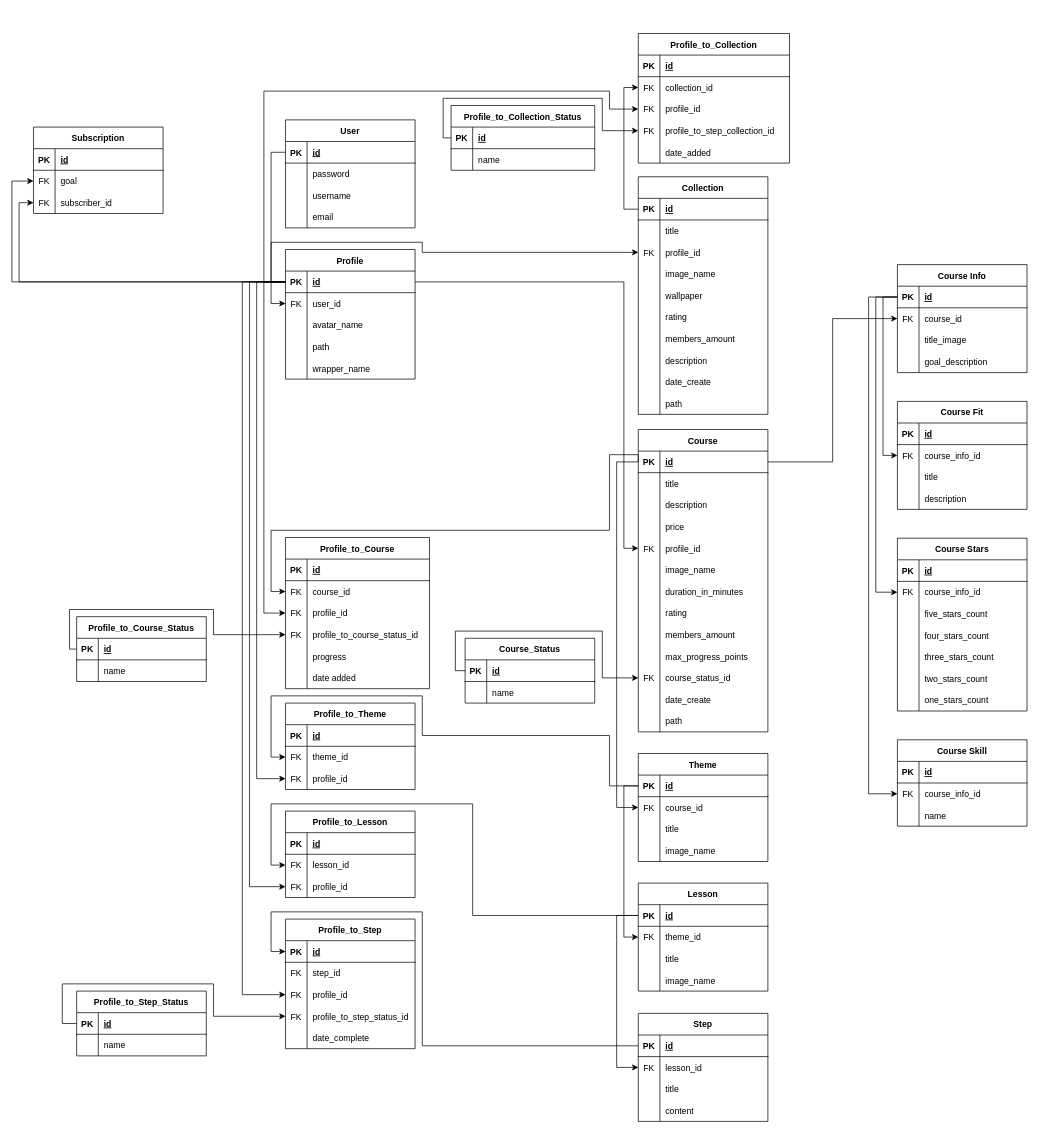
Before: fuji_db.drawio in F-U-J-I/RESTAPI, a draw.io diagram. Source tidied: cells renumbered, new cells numbered last; positions are measured from the earlier drawing's top-left corner, leaving out a move shared by most shapes. Both pictures are drawn from the tidied source at 72%, with x=0, y=0 at pixel (12, 33).
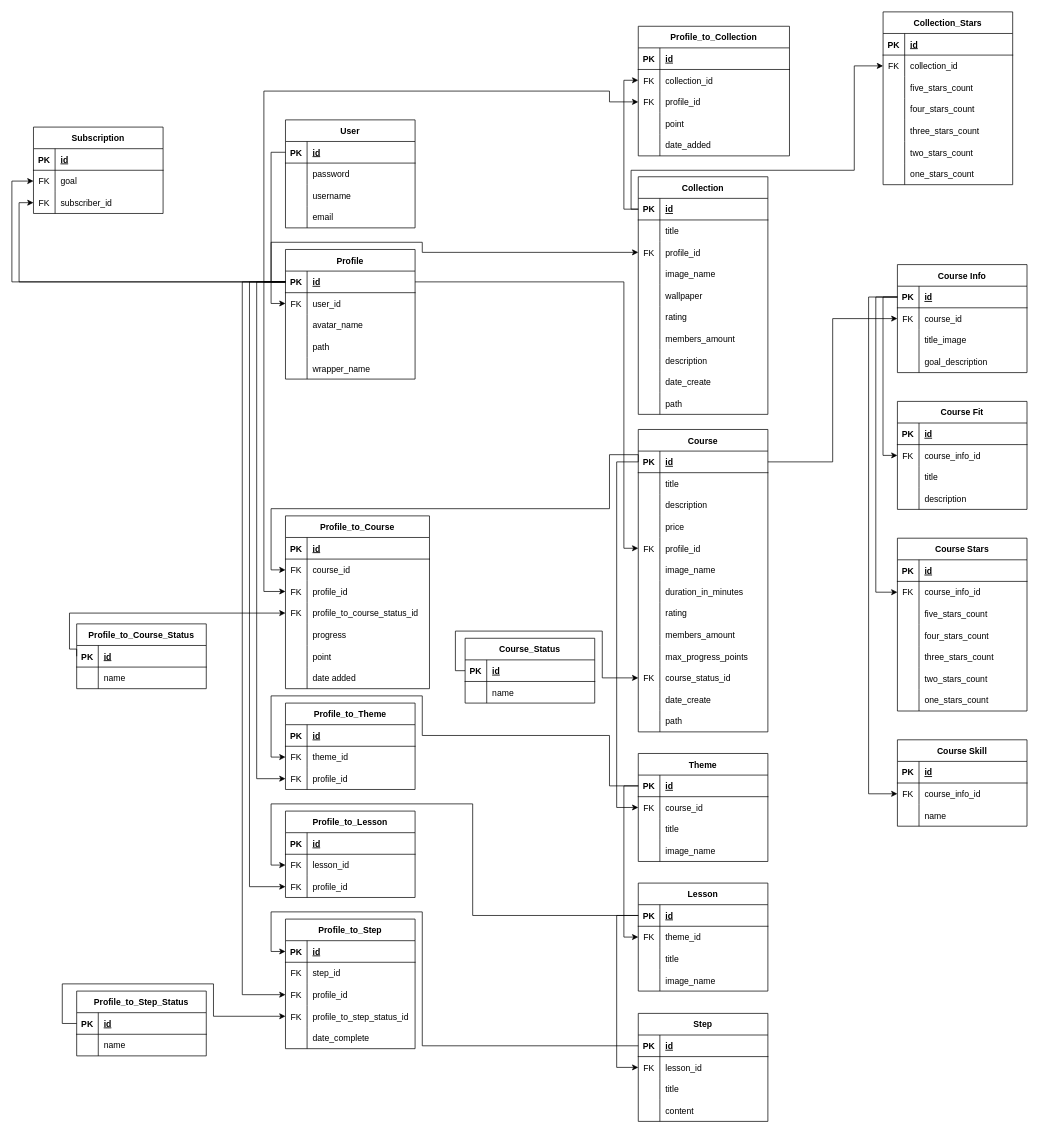
Above is the later version.

The change refers to these unchanged cells:
```xml
<mxCell id="3" style="shape=partialRectangle;fillColor=none;top=0;left=0;bottom=1;right=0;points=[[0,0.5],[1,0.5]];portConstraint=eastwest;" parent="2" vertex="1">
  <mxGeometry y="30" width="180" height="30" as="geometry" />
</mxCell>
<mxCell id="33" style="shape=partialRectangle;fillColor=none;top=0;left=0;bottom=1;right=0;points=[[0,0.5],[1,0.5]];portConstraint=eastwest;" parent="32" vertex="1">
  <mxGeometry y="30" width="180" height="30" as="geometry" />
</mxCell>
<mxCell id="183" style="shape=partialRectangle;fillColor=none;top=0;left=0;bottom=1;right=0;points=[[0,0.5],[1,0.5]];portConstraint=eastwest;" parent="182" vertex="1">
  <mxGeometry y="30" width="180" height="30" as="geometry" />
</mxCell>
<mxCell id="253" style="shape=partialRectangle;fillColor=none;top=0;left=0;bottom=0;right=0;points=[[0,0.5],[1,0.5]];portConstraint=eastwest;" parent="249" vertex="1">
  <mxGeometry y="60" width="200" height="30" as="geometry" />
</mxCell>
<mxCell id="256" style="shape=partialRectangle;fillColor=none;top=0;left=0;bottom=0;right=0;points=[[0,0.5],[1,0.5]];portConstraint=eastwest;" parent="249" vertex="1">
  <mxGeometry y="90" width="200" height="30" as="geometry" />
</mxCell>
<mxCell id="259" style="shape=partialRectangle;fillColor=none;top=0;left=0;bottom=0;right=0;points=[[0,0.5],[1,0.5]];portConstraint=eastwest;" parent="249" vertex="1">
  <mxGeometry y="120" width="200" height="30" as="geometry" />
</mxCell>
<mxCell id="265" style="shape=partialRectangle;fillColor=none;top=0;left=0;bottom=0;right=0;" parent="249" vertex="1">
  <mxGeometry y="180" width="200" height="30" as="geometry" />
</mxCell>
<mxCell id="269" style="shape=partialRectangle;fillColor=none;top=0;left=0;bottom=1;right=0;points=[[0,0.5],[1,0.5]];portConstraint=eastwest;" parent="268" vertex="1">
  <mxGeometry y="30" width="180" height="30" as="geometry" />
</mxCell>
<mxCell id="295" style="shape=partialRectangle;fillColor=none;top=0;left=0;bottom=0;right=0;points=[[0,0.5],[1,0.5]];portConstraint=eastwest;" parent="291" vertex="1">
  <mxGeometry y="60" width="210" height="30" as="geometry" />
</mxCell>
<mxCell id="298" style="shape=partialRectangle;fillColor=none;top=0;left=0;bottom=0;right=0;points=[[0,0.5],[1,0.5]];portConstraint=eastwest;" parent="291" vertex="1">
  <mxGeometry y="90" width="210" height="30" as="geometry" />
</mxCell>
<mxCell id="301" style="shape=partialRectangle;fillColor=none;top=0;left=0;bottom=0;right=0;points=[[0,0.5],[1,0.5]];portConstraint=eastwest;" parent="291" vertex="1">
  <mxGeometry y="120" width="210" height="30" as="geometry" />
</mxCell>
```

The edit, as a diff of the source:
```diff
@@
     <mxCell id="249" value="Profile_to_Course" style="shape=table;startSize=30;childLayout=tableLayout;rowLines=0;fontStyle=1;align=center;" parent="1" vertex="1">
-      <mxGeometry x="380" y="700" width="200" height="210" as="geometry" />
+      <mxGeometry x="380" y="670" width="200" height="240" as="geometry" />
     </mxCell>
@@
-    <mxCell id="267" value="date added" style="shape=partialRectangle;fillColor=none;top=0;left=0;bottom=0;right=0;align=left;spacingLeft=6;overflow=hidden;" parent="265" vertex="1">
+    <mxCell id="267" value="point" style="shape=partialRectangle;fillColor=none;top=0;left=0;bottom=0;right=0;align=left;spacingLeft=6;overflow=hidden;" parent="265" vertex="1">
       <mxGeometry x="30" width="170" height="30" as="geometry" />
     </mxCell>
+    <mxCell id="334" style="shape=partialRectangle;fillColor=none;top=0;left=0;bottom=0;right=0;" parent="249" vertex="1">
+      <mxGeometry y="210" width="200" height="30" as="geometry" />
+    </mxCell>
+    <mxCell id="335" style="shape=partialRectangle;fillColor=none;top=0;left=0;bottom=0;right=0;overflow=hidden;" parent="334" vertex="1">
+      <mxGeometry width="30" height="30" as="geometry" />
+    </mxCell>
+    <mxCell id="336" value="date added" style="shape=partialRectangle;fillColor=none;top=0;left=0;bottom=0;right=0;align=left;spacingLeft=6;overflow=hidden;" parent="334" vertex="1">
+      <mxGeometry x="30" width="170" height="30" as="geometry" />
+    </mxCell>
     <mxCell id="268" value="Profile_to_Course_Status" style="shape=table;startSize=30;childLayout=tableLayout;rowLines=0;fontStyle=1;align=center;" parent="1" vertex="1">
-      <mxGeometry x="90" y="810" width="180" height="90" as="geometry" />
+      <mxGeometry x="90" y="820" width="180" height="90" as="geometry" />
     </mxCell>
@@
     <mxCell id="275" style="edgeStyle=orthogonalEdgeStyle;rounded=0;jettySize=auto;html=1;exitX=0;exitY=0.5;exitDx=0;exitDy=0;entryX=0;entryY=0.5;entryDx=0;entryDy=0;" parent="1" edge="1" source="269" target="259">
       <mxGeometry relative="1" as="geometry">
         <Array as="points">
+          <mxPoint x="90" y="855" />
           <mxPoint x="80" y="855" />
-          <mxPoint x="80" y="800" />
-          <mxPoint x="280" y="800" />
-          <mxPoint x="280" y="835" />
+          <mxPoint x="80" y="805" />
         </Array>
       </mxGeometry>
     </mxCell>
@@
     <mxCell id="287" style="edgeStyle=orthogonalEdgeStyle;rounded=0;jettySize=auto;html=1;exitX=0;exitY=0.5;exitDx=0;exitDy=0;entryX=0;entryY=0.5;entryDx=0;entryDy=0;" parent="1" edge="1" source="33" target="253">
       <mxGeometry relative="1" as="geometry">
         <Array as="points">
           <mxPoint x="870" y="585" />
           <mxPoint x="830" y="585" />
-          <mxPoint x="830" y="690" />
-          <mxPoint x="360" y="690" />
-          <mxPoint x="360" y="775" />
+          <mxPoint x="830" y="660" />
+          <mxPoint x="360" y="660" />
+          <mxPoint x="360" y="745" />
         </Array>
       </mxGeometry>
     </mxCell>
@@
     <mxCell id="289" style="edgeStyle=orthogonalEdgeStyle;rounded=0;jettySize=auto;html=1;exitX=0;exitY=0.5;exitDx=0;exitDy=0;entryX=0;entryY=0.5;entryDx=0;entryDy=0;" parent="1" edge="1" source="3" target="256">
       <mxGeometry relative="1" as="geometry">
         <Array as="points">
           <mxPoint x="350" y="345" />
-          <mxPoint x="350" y="805" />
+          <mxPoint x="350" y="775" />
         </Array>
       </mxGeometry>
     </mxCell>
@@
     <mxCell id="291" value="Profile_to_Collection" style="shape=table;startSize=30;childLayout=tableLayout;rowLines=0;fontStyle=1;align=center;" parent="1" vertex="1">
-      <mxGeometry x="870" width="210" height="180" as="geometry" />
+      <mxGeometry x="870" y="-10" width="210" height="180" as="geometry" />
     </mxCell>
@@
-    <mxCell id="302" value="FK" style="shape=partialRectangle;fillColor=none;top=0;left=0;bottom=0;right=0;overflow=hidden;" parent="301" vertex="1">
+    <mxCell id="302" style="shape=partialRectangle;fillColor=none;top=0;left=0;bottom=0;right=0;overflow=hidden;" parent="301" vertex="1">
       <mxGeometry width="30" height="30" as="geometry" />
     </mxCell>
-    <mxCell id="303" value="profile_to_step_collection_id" style="shape=partialRectangle;fillColor=none;top=0;left=0;bottom=0;right=0;align=left;spacingLeft=6;overflow=hidden;" parent="301" vertex="1">
+    <mxCell id="303" value="point" style="shape=partialRectangle;fillColor=none;top=0;left=0;bottom=0;right=0;align=left;spacingLeft=6;overflow=hidden;" parent="301" vertex="1">
       <mxGeometry x="30" width="180" height="30" as="geometry" />
     </mxCell>
@@
-    <mxCell id="307" style="edgeStyle=orthogonalEdgeStyle;rounded=0;jettySize=auto;html=1;exitX=0;exitY=0.5;exitDx=0;exitDy=0;entryX=0;entryY=0.5;entryDx=0;entryDy=0;" parent="1" edge="1" source="308" target="301">
-      <mxGeometry relative="1" as="geometry">
-        <Array as="points">
-          <mxPoint x="599" y="145" />
-          <mxPoint x="599" y="90" />
-          <mxPoint x="820" y="90" />
-          <mxPoint x="820" y="135" />
-        </Array>
-      </mxGeometry>
-    </mxCell>
-    <mxCell id="308" value="Profile_to_Collection_Status" style="shape=table;startSize=30;childLayout=tableLayout;rowLines=0;fontStyle=1;align=center;" parent="1" vertex="1">
-      <mxGeometry x="610" y="100" width="199.5" height="90" as="geometry" />
-    </mxCell>
-    <mxCell id="309" style="shape=partialRectangle;fillColor=none;top=0;left=0;bottom=1;right=0;" parent="308" vertex="1">
-      <mxGeometry y="30" width="199.5" height="30" as="geometry" />
-    </mxCell>
-    <mxCell id="310" value="PK" style="shape=partialRectangle;fillColor=none;top=0;left=0;bottom=0;right=0;fontStyle=1;overflow=hidden;" parent="309" vertex="1">
-      <mxGeometry width="30" height="30" as="geometry" />
-    </mxCell>
-    <mxCell id="311" value="id" style="shape=partialRectangle;fillColor=none;top=0;left=0;bottom=0;right=0;align=left;spacingLeft=6;fontStyle=5;overflow=hidden;" parent="309" vertex="1">
-      <mxGeometry x="30" width="169.5" height="30" as="geometry" />
-    </mxCell>
-    <mxCell id="312" style="shape=partialRectangle;fillColor=none;top=0;left=0;bottom=0;right=0;" parent="308" vertex="1">
-      <mxGeometry y="60" width="199.5" height="30" as="geometry" />
-    </mxCell>
-    <mxCell id="313" style="shape=partialRectangle;fillColor=none;top=0;left=0;bottom=0;right=0;overflow=hidden;" parent="312" vertex="1">
-      <mxGeometry width="30" height="30" as="geometry" />
-    </mxCell>
-    <mxCell id="314" value="name" style="shape=partialRectangle;fillColor=none;top=0;left=0;bottom=0;right=0;align=left;spacingLeft=6;overflow=hidden;" parent="312" vertex="1">
-      <mxGeometry x="30" width="169.5" height="30" as="geometry" />
-    </mxCell>
     <mxCell id="315" style="edgeStyle=orthogonalEdgeStyle;rounded=0;jettySize=auto;html=1;exitX=0;exitY=0.5;exitDx=0;exitDy=0;entryX=0;entryY=0.5;entryDx=0;entryDy=0;" parent="1" edge="1" source="183" target="295">
-      <mxGeometry relative="1" as="geometry" />
+      <mxGeometry relative="1" as="geometry">
+        <Array as="points">
+          <mxPoint x="850" y="244" />
+          <mxPoint x="850" y="65" />
+        </Array>
+      </mxGeometry>
     </mxCell>
     <mxCell id="316" style="edgeStyle=orthogonalEdgeStyle;rounded=0;jettySize=auto;html=1;exitX=0;exitY=0.5;exitDx=0;exitDy=0;entryX=0;entryY=0.5;entryDx=0;entryDy=0;" parent="1" edge="1" source="3" target="298">
       <mxGeometry relative="1" as="geometry">
         <Array as="points">
           <mxPoint x="350" y="345" />
           <mxPoint x="350" y="80" />
           <mxPoint x="830" y="80" />
-          <mxPoint x="830" y="105" />
+          <mxPoint x="830" y="95" />
         </Array>
       </mxGeometry>
     </mxCell>
@@
+    <mxCell id="337" value="Collection_Stars" style="shape=table;startSize=30;childLayout=tableLayout;rowLines=0;fontStyle=1;align=center;" parent="1" vertex="1">
+      <mxGeometry x="1210" y="-30" width="180" height="240" as="geometry" />
+    </mxCell>
+    <mxCell id="338" style="shape=partialRectangle;fillColor=none;top=0;left=0;bottom=1;right=0;" parent="337" vertex="1">
+      <mxGeometry y="30" width="180" height="30" as="geometry" />
+    </mxCell>
+    <mxCell id="310" value="PK" style="shape=partialRectangle;fillColor=none;top=0;left=0;bottom=0;right=0;fontStyle=1;overflow=hidden;" parent="338" vertex="1">
+      <mxGeometry width="30" height="30" as="geometry" />
+    </mxCell>
+    <mxCell id="311" value="id" style="shape=partialRectangle;fillColor=none;top=0;left=0;bottom=0;right=0;align=left;spacingLeft=6;fontStyle=5;overflow=hidden;" parent="338" vertex="1">
+      <mxGeometry x="30" width="150" height="30" as="geometry" />
+    </mxCell>
+    <mxCell id="339" style="shape=partialRectangle;fillColor=none;top=0;left=0;bottom=0;right=0;points=[[0,0.5],[1,0.5]];portConstraint=eastwest;" parent="337" vertex="1">
+      <mxGeometry y="60" width="180" height="30" as="geometry" />
+    </mxCell>
+    <mxCell id="340" value="FK" style="shape=partialRectangle;fillColor=none;top=0;left=0;bottom=0;right=0;overflow=hidden;" parent="339" vertex="1">
+      <mxGeometry width="30" height="30" as="geometry" />
+    </mxCell>
+    <mxCell id="341" value="collection_id" style="shape=partialRectangle;fillColor=none;top=0;left=0;bottom=0;right=0;align=left;spacingLeft=6;overflow=hidden;" parent="339" vertex="1">
+      <mxGeometry x="30" width="150" height="30" as="geometry" />
+    </mxCell>
+    <mxCell id="342" style="shape=partialRectangle;fillColor=none;top=0;left=0;bottom=0;right=0;" parent="337" vertex="1">
+      <mxGeometry y="90" width="180" height="30" as="geometry" />
+    </mxCell>
+    <mxCell id="343" style="shape=partialRectangle;fillColor=none;top=0;left=0;bottom=0;right=0;overflow=hidden;" parent="342" vertex="1">
+      <mxGeometry width="30" height="30" as="geometry" />
+    </mxCell>
+    <mxCell id="344" value="five_stars_count" style="shape=partialRectangle;fillColor=none;top=0;left=0;bottom=0;right=0;align=left;spacingLeft=6;overflow=hidden;" parent="342" vertex="1">
+      <mxGeometry x="30" width="150" height="30" as="geometry" />
+    </mxCell>
+    <mxCell id="345" style="shape=partialRectangle;fillColor=none;top=0;left=0;bottom=0;right=0;" parent="337" vertex="1">
+      <mxGeometry y="120" width="180" height="30" as="geometry" />
+    </mxCell>
+    <mxCell id="346" style="shape=partialRectangle;fillColor=none;top=0;left=0;bottom=0;right=0;overflow=hidden;" parent="345" vertex="1">
+      <mxGeometry width="30" height="30" as="geometry" />
+    </mxCell>
+    <mxCell id="347" value="four_stars_count" style="shape=partialRectangle;fillColor=none;top=0;left=0;bottom=0;right=0;align=left;spacingLeft=6;overflow=hidden;" parent="345" vertex="1">
+      <mxGeometry x="30" width="150" height="30" as="geometry" />
+    </mxCell>
+    <mxCell id="348" style="shape=partialRectangle;fillColor=none;top=0;left=0;bottom=0;right=0;" parent="337" vertex="1">
+      <mxGeometry y="150" width="180" height="30" as="geometry" />
+    </mxCell>
+    <mxCell id="349" style="shape=partialRectangle;fillColor=none;top=0;left=0;bottom=0;right=0;overflow=hidden;" parent="348" vertex="1">
+      <mxGeometry width="30" height="30" as="geometry" />
+    </mxCell>
+    <mxCell id="350" value="three_stars_count" style="shape=partialRectangle;fillColor=none;top=0;left=0;bottom=0;right=0;align=left;spacingLeft=6;overflow=hidden;" parent="348" vertex="1">
+      <mxGeometry x="30" width="150" height="30" as="geometry" />
+    </mxCell>
+    <mxCell id="351" style="shape=partialRectangle;fillColor=none;top=0;left=0;bottom=0;right=0;" parent="337" vertex="1">
+      <mxGeometry y="180" width="180" height="30" as="geometry" />
+    </mxCell>
+    <mxCell id="352" style="shape=partialRectangle;fillColor=none;top=0;left=0;bottom=0;right=0;overflow=hidden;" parent="351" vertex="1">
+      <mxGeometry width="30" height="30" as="geometry" />
+    </mxCell>
+    <mxCell id="353" value="two_stars_count" style="shape=partialRectangle;fillColor=none;top=0;left=0;bottom=0;right=0;align=left;spacingLeft=6;overflow=hidden;" parent="351" vertex="1">
+      <mxGeometry x="30" width="150" height="30" as="geometry" />
+    </mxCell>
+    <mxCell id="354" style="shape=partialRectangle;fillColor=none;top=0;left=0;bottom=0;right=0;" parent="337" vertex="1">
+      <mxGeometry y="210" width="180" height="30" as="geometry" />
+    </mxCell>
+    <mxCell id="355" style="shape=partialRectangle;fillColor=none;top=0;left=0;bottom=0;right=0;overflow=hidden;" parent="354" vertex="1">
+      <mxGeometry width="30" height="30" as="geometry" />
+    </mxCell>
+    <mxCell id="356" value="one_stars_count" style="shape=partialRectangle;fillColor=none;top=0;left=0;bottom=0;right=0;align=left;spacingLeft=6;overflow=hidden;" parent="354" vertex="1">
+      <mxGeometry x="30" width="150" height="30" as="geometry" />
+    </mxCell>
+    <mxCell id="357" style="edgeStyle=orthogonalEdgeStyle;rounded=0;jettySize=auto;html=1;exitX=0;exitY=0.5;exitDx=0;exitDy=0;entryX=0;entryY=0.5;entryDx=0;entryDy=0;" parent="1" edge="1" source="183" target="339">
+      <mxGeometry relative="1" as="geometry">
+        <Array as="points">
+          <mxPoint x="860" y="244" />
+          <mxPoint x="860" y="190" />
+          <mxPoint x="1170" y="190" />
+          <mxPoint x="1170" y="45" />
+        </Array>
+      </mxGeometry>
+    </mxCell>
```
